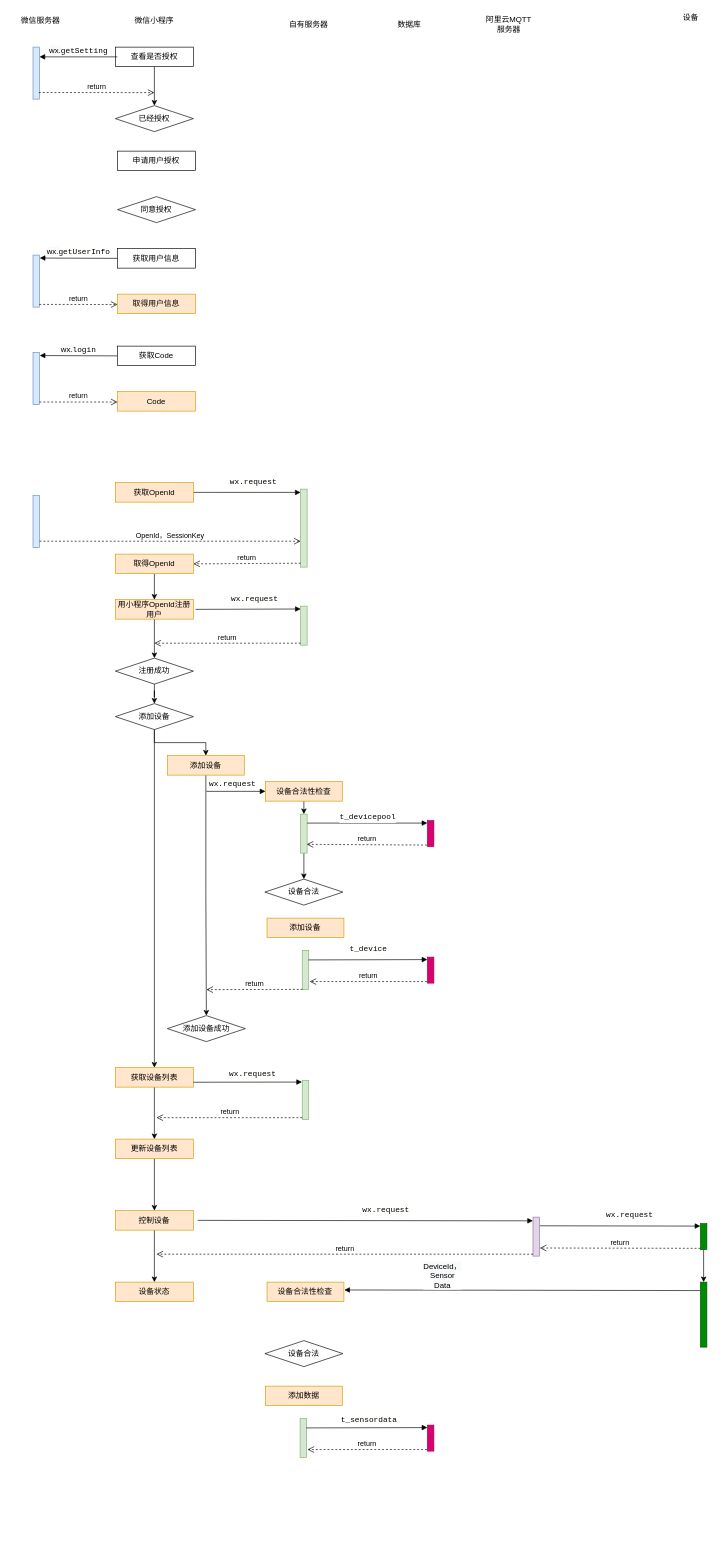
federliang/test keeps this draw.io diagram as page "Page-2" (2 of 2) of SystemDiagram.drawio. Above is the earlier version. Source tidied: cells renumbered, new cells numbered last; positions are measured from the earlier drawing's top-left corner, leaving out a move shared by most shapes. Both pictures are drawn from the tidied source at 65%, with x=0, y=0 at pixel (11, 11).
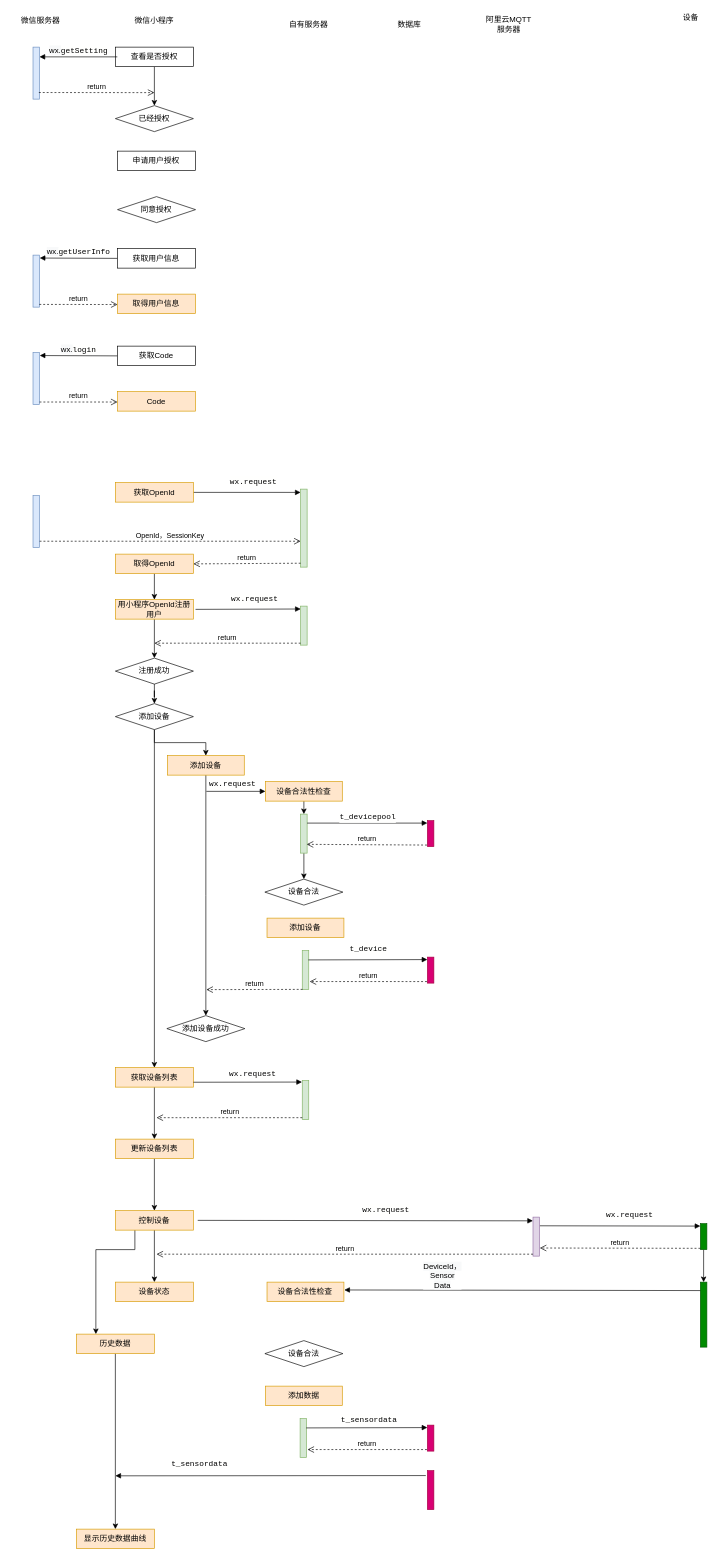
After the change.

The change refers to these unchanged cells:
```xml
<mxCell id="47" value="控制设备" style="rounded=0;whiteSpace=wrap;html=1;fillColor=#ffe6cc;strokeColor=#d79b00;" parent="1" vertex="1">
  <mxGeometry x="160" y="1845" width="120" height="30" as="geometry" />
</mxCell>
```

Diff of the diagram source:
```diff
@@
+    <mxCell id="88" style="edgeStyle=orthogonalEdgeStyle;rounded=0;comic=0;jettySize=auto;html=1;shadow=0;fontFamily=Helvetica;entryX=0.25;entryY=0;entryDx=0;entryDy=0;" parent="1" edge="1" source="47" target="90">
+      <mxGeometry relative="1" as="geometry">
+        <Array as="points">
+          <mxPoint x="190" y="1905" />
+          <mxPoint x="130" y="1905" />
+        </Array>
+      </mxGeometry>
+    </mxCell>
@@
+    <mxCell id="89" style="edgeStyle=orthogonalEdgeStyle;rounded=0;comic=0;jettySize=auto;html=1;shadow=0;fontFamily=Helvetica;" parent="1" edge="1" source="90" target="91">
+      <mxGeometry relative="1" as="geometry" />
+    </mxCell>
+    <mxCell id="90" value="历史数据" style="rounded=0;whiteSpace=wrap;html=1;fillColor=#ffe6cc;strokeColor=#d79b00;" parent="1" vertex="1">
+      <mxGeometry x="100" y="2035" width="120" height="30" as="geometry" />
+    </mxCell>
+    <mxCell id="91" value="显示历史数据曲线" style="rounded=0;whiteSpace=wrap;html=1;fillColor=#ffe6cc;strokeColor=#d79b00;" parent="1" vertex="1">
+      <mxGeometry x="100" y="2335" width="120" height="30" as="geometry" />
+    </mxCell>
@@
     <mxCell id="78" value="添加设备成功" style="rhombus;whiteSpace=wrap;html=1;direction=south;" parent="1" vertex="1">
-      <mxGeometry x="240" y="1545" width="120" height="40" as="geometry" />
+      <mxGeometry x="239.2" y="1545" width="120" height="40" as="geometry" />
     </mxCell>
@@
+    <mxCell id="92" style="html=1;points=[];perimeter=orthogonalPerimeter;fillColor=#d80073;strokeColor=#A50040;fontColor=#ffffff;" parent="1" vertex="1">
+      <mxGeometry x="640" y="2245" width="10" height="60" as="geometry" />
+    </mxCell>
+    <mxCell id="93" value="&lt;span style=&quot;font-family: &amp;#34;consolas&amp;#34; ; font-size: 12px ; white-space: pre ; background-color: rgb(255 , 255 , 254)&quot;&gt;t_sensordata&lt;/span&gt;&lt;span style=&quot;font-size: 12px ; white-space: normal ; background-color: rgb(248 , 249 , 250)&quot;&gt;&lt;br&gt;&lt;/span&gt;" style="html=1;verticalAlign=bottom;endArrow=block;shadow=0;comic=0;labelBorderColor=none;noJump=0;fixDash=0;snapToPoint=0;fontFamily=Helvetica;exitX=-0.24;exitY=0.127;exitDx=0;exitDy=0;exitPerimeter=0;" parent="1" edge="1" source="92">
+      <mxGeometry x="0.46" y="-8" relative="1" as="geometry">
+        <mxPoint x="160" y="2253" as="targetPoint" />
+      </mxGeometry>
+    </mxCell>
```
